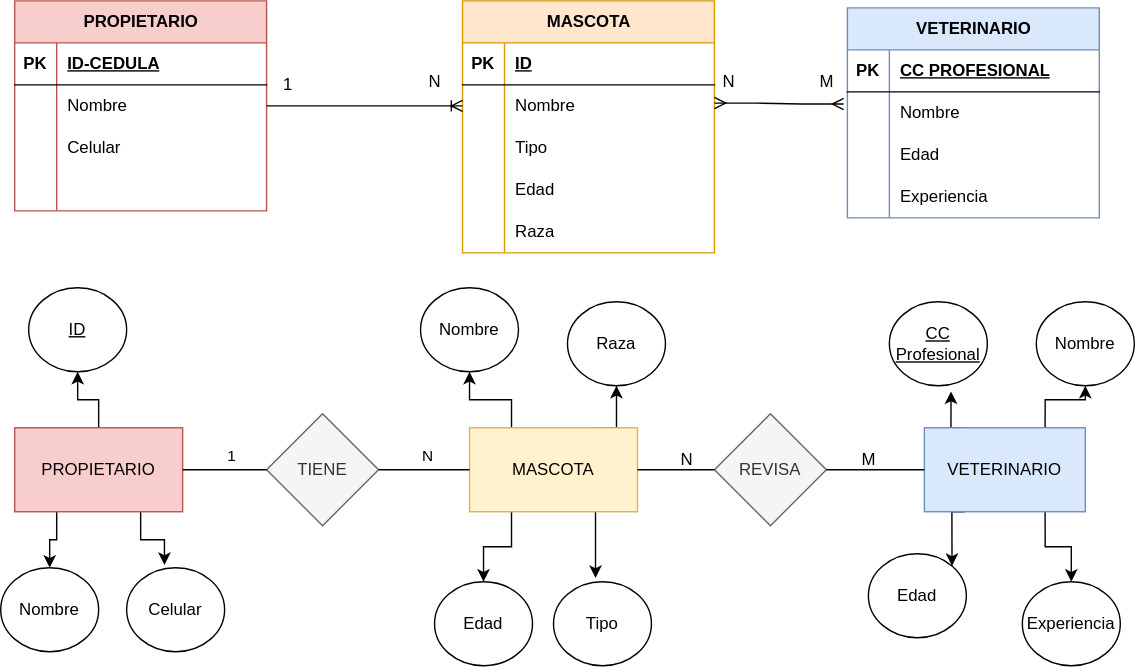
This is Diagrama E-R y Relacional.svg from OneFatte/Back-Intro-SQL, a draw.io export, as it was before one commit. Source tidied: cells renumbered, new cells last; positions are measured from the earlier drawing's top-left corner, leaving out a move shared by most shapes.
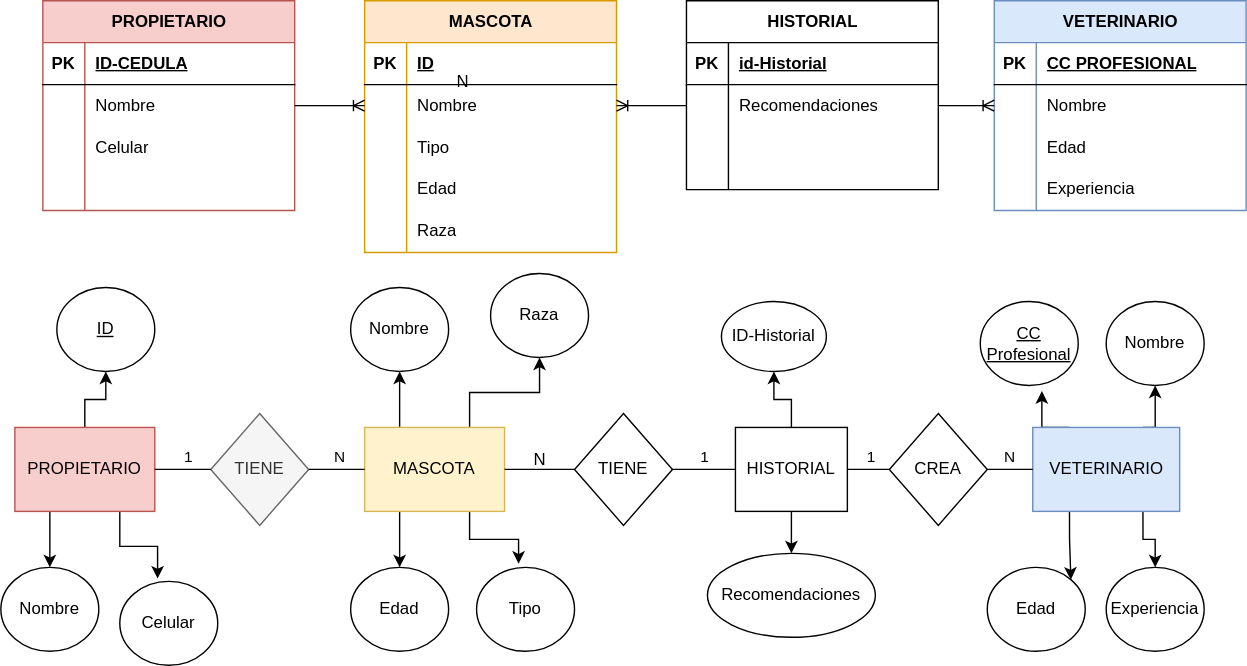
After the change.

Commit message:
Se sube correcion

What changed in the source:
```diff
@@ -15,11 +15,8 @@
       <mxGeometry relative="1" as="geometry" />
     </mxCell>
     <mxCell id="6" value="MASCOTA" style="rounded=0;whiteSpace=wrap;html=1;fillColor=#fff2cc;strokeColor=#d6b656;" parent="1" vertex="1">
-      <mxGeometry x="335" y="305" width="120" height="60" as="geometry" />
+      <mxGeometry x="240" y="305" width="100" height="60" as="geometry" />
     </mxCell>
-    <mxCell id="7" value="REVISA" style="rhombus;whiteSpace=wrap;html=1;fillColor=#f5f5f5;fontColor=#333333;strokeColor=#666666;" parent="1" vertex="1">
-      <mxGeometry x="510" y="295" width="80" height="80" as="geometry" />
-    </mxCell>
     <mxCell id="8" style="edgeStyle=orthogonalEdgeStyle;rounded=0;jettySize=auto;html=1;exitX=0.25;exitY=0;exitDx=0;exitDy=0;entryX=0.629;entryY=1.067;entryDx=0;entryDy=0;entryPerimeter=0;" parent="1" edge="1" source="12" target="36">
       <mxGeometry relative="1" as="geometry" />
     </mxCell>
@@ -33,7 +30,7 @@
       <mxGeometry relative="1" as="geometry" />
     </mxCell>
     <mxCell id="12" value="VETERINARIO" style="rounded=0;whiteSpace=wrap;html=1;fillColor=#dae8fc;strokeColor=#6c8ebf;" parent="1" vertex="1">
-      <mxGeometry x="660" y="305" width="115" height="60" as="geometry" />
+      <mxGeometry x="717.5" y="305" width="105" height="60" as="geometry" />
     </mxCell>
     <mxCell id="13" style="edgeStyle=orthogonalEdgeStyle;rounded=0;jettySize=auto;html=1;entryX=0.5;entryY=1;entryDx=0;entryDy=0;" parent="1" edge="1" source="16" target="26">
       <mxGeometry relative="1" as="geometry" />
@@ -45,10 +42,10 @@
       <mxGeometry relative="1" as="geometry" />
     </mxCell>
     <mxCell id="16" value="PROPIETARIO" style="rounded=0;whiteSpace=wrap;html=1;fillColor=#f8cecc;strokeColor=#b85450;" parent="1" vertex="1">
-      <mxGeometry x="10" y="305" width="120" height="60" as="geometry" />
+      <mxGeometry x="-10" y="305" width="100" height="60" as="geometry" />
     </mxCell>
     <mxCell id="17" value="TIENE" style="rhombus;whiteSpace=wrap;html=1;fillColor=#f5f5f5;fontColor=#333333;strokeColor=#666666;" parent="1" vertex="1">
-      <mxGeometry x="190" y="295" width="80" height="80" as="geometry" />
+      <mxGeometry x="130" y="295" width="70" height="80" as="geometry" />
     </mxCell>
     <mxCell id="18" style="endArrow=none;html=1;rounded=0;exitX=1;exitY=0.5;exitDx=0;exitDy=0;entryX=0;entryY=0.5;entryDx=0;entryDy=0;" parent="1" edge="1" source="16" target="17">
       <mxGeometry relative="1" as="geometry" />
@@ -58,12 +55,6 @@
         <mxPoint y="-14" as="offset" />
       </mxGeometry>
     </mxCell>
-    <mxCell id="20" style="endArrow=none;html=1;rounded=0;entryX=1;entryY=0.5;entryDx=0;entryDy=0;exitX=0;exitY=0.5;exitDx=0;exitDy=0;" parent="1" edge="1" source="12" target="7">
-      <mxGeometry relative="1" as="geometry" />
-    </mxCell>
-    <mxCell id="21" style="endArrow=none;html=1;rounded=0;entryX=1;entryY=0.5;entryDx=0;entryDy=0;exitX=0;exitY=0.5;exitDx=0;exitDy=0;" parent="1" edge="1" source="7" target="6">
-      <mxGeometry relative="1" as="geometry" />
-    </mxCell>
     <mxCell id="22" style="endArrow=none;html=1;rounded=0;exitX=1;exitY=0.5;exitDx=0;exitDy=0;entryX=0;entryY=0.5;entryDx=0;entryDy=0;" parent="1" edge="1" source="17" target="6">
       <mxGeometry relative="1" as="geometry" />
     </mxCell>
@@ -73,43 +64,40 @@
       </mxGeometry>
     </mxCell>
     <mxCell id="24" value="N" style="text;html=1;align=center;verticalAlign=middle;strokeColor=none;fillColor=none;" parent="1" vertex="1">
-      <mxGeometry x="475" y="313" width="30" height="30" as="geometry" />
+      <mxGeometry x="350" y="313" width="30" height="30" as="geometry" />
     </mxCell>
-    <mxCell id="25" value="M" style="text;html=1;align=center;verticalAlign=middle;strokeColor=none;fillColor=none;" parent="1" vertex="1">
-      <mxGeometry x="605" y="313" width="30" height="30" as="geometry" />
-    </mxCell>
     <mxCell id="26" value="&lt;u&gt;ID&lt;/u&gt;" style="ellipse;whiteSpace=wrap;html=1;" parent="1" vertex="1">
       <mxGeometry x="20" y="205" width="70" height="60" as="geometry" />
     </mxCell>
     <mxCell id="27" value="Celular" style="ellipse;whiteSpace=wrap;html=1;" parent="1" vertex="1">
-      <mxGeometry x="90" y="405" width="70" height="60" as="geometry" />
+      <mxGeometry x="65" y="415" width="70" height="60" as="geometry" />
     </mxCell>
     <mxCell id="28" value="Nombre" style="ellipse;whiteSpace=wrap;html=1;" parent="1" vertex="1">
-      <mxGeometry y="405" width="70" height="60" as="geometry" />
+      <mxGeometry x="-20" y="405" width="70" height="60" as="geometry" />
     </mxCell>
     <mxCell id="29" value="Nombre" style="ellipse;whiteSpace=wrap;html=1;" parent="1" vertex="1">
-      <mxGeometry x="300" y="205" width="70" height="60" as="geometry" />
+      <mxGeometry x="230" y="205" width="70" height="60" as="geometry" />
     </mxCell>
     <mxCell id="30" value="Tipo" style="ellipse;whiteSpace=wrap;html=1;" parent="1" vertex="1">
-      <mxGeometry x="395" y="415" width="70" height="60" as="geometry" />
+      <mxGeometry x="320" y="405" width="70" height="60" as="geometry" />
     </mxCell>
     <mxCell id="31" value="Raza" style="ellipse;whiteSpace=wrap;html=1;" parent="1" vertex="1">
-      <mxGeometry x="405" y="215" width="70" height="60" as="geometry" />
+      <mxGeometry x="330" y="195" width="70" height="60" as="geometry" />
     </mxCell>
     <mxCell id="32" value="Edad" style="ellipse;whiteSpace=wrap;html=1;" parent="1" vertex="1">
-      <mxGeometry x="310" y="415" width="70" height="60" as="geometry" />
+      <mxGeometry x="230" y="405" width="70" height="60" as="geometry" />
     </mxCell>
     <mxCell id="33" value="Experiencia" style="ellipse;whiteSpace=wrap;html=1;" parent="1" vertex="1">
-      <mxGeometry x="730" y="415" width="70" height="60" as="geometry" />
+      <mxGeometry x="770" y="405" width="70" height="60" as="geometry" />
     </mxCell>
     <mxCell id="34" value="Nombre" style="ellipse;whiteSpace=wrap;html=1;" parent="1" vertex="1">
-      <mxGeometry x="740" y="215" width="70" height="60" as="geometry" />
+      <mxGeometry x="770" y="215" width="70" height="60" as="geometry" />
     </mxCell>
     <mxCell id="35" value="Edad" style="ellipse;whiteSpace=wrap;html=1;" parent="1" vertex="1">
-      <mxGeometry x="620" y="395" width="70" height="60" as="geometry" />
+      <mxGeometry x="685" y="405" width="70" height="60" as="geometry" />
     </mxCell>
     <mxCell id="36" value="&lt;u&gt;CC Profesional&lt;/u&gt;" style="ellipse;whiteSpace=wrap;html=1;" parent="1" vertex="1">
-      <mxGeometry x="635" y="215" width="70" height="60" as="geometry" />
+      <mxGeometry x="680" y="215" width="70" height="60" as="geometry" />
     </mxCell>
     <mxCell id="37" value="PROPIETARIO" style="shape=table;startSize=30;rowLines=0;fontStyle=1;align=center;html=1;fillColor=#f8cecc;strokeColor=#b85450;" parent="1" vertex="1">
       <mxGeometry x="10" width="180" height="150" as="geometry" />
@@ -151,7 +139,7 @@
       <mxGeometry x="30" width="150" height="30" as="geometry" />
     </mxCell>
     <mxCell id="50" value="MASCOTA" style="shape=table;startSize=30;rowLines=0;fontStyle=1;align=center;html=1;fillColor=#ffe6cc;strokeColor=#d79b00;" parent="1" vertex="1">
-      <mxGeometry x="330" width="180" height="180" as="geometry" />
+      <mxGeometry x="240" width="180" height="180" as="geometry" />
     </mxCell>
     <mxCell id="51" style="shape=tableRow;horizontal=0;startSize=0;swimlaneHead=0;swimlaneBody=0;fillColor=none;top=0;left=0;right=0;bottom=1;" parent="50" vertex="1">
       <mxGeometry y="30" width="180" height="30" as="geometry" />
@@ -199,7 +187,7 @@
       <mxGeometry x="30" width="150" height="30" as="geometry" />
     </mxCell>
     <mxCell id="66" value="VETERINARIO" style="shape=table;startSize=30;rowLines=0;fontStyle=1;align=center;html=1;fillColor=#dae8fc;strokeColor=#6c8ebf;" parent="1" vertex="1">
-      <mxGeometry x="605" y="5" width="180" height="150" as="geometry" />
+      <mxGeometry x="690" width="180" height="150" as="geometry" />
     </mxCell>
     <mxCell id="67" style="shape=tableRow;horizontal=0;startSize=0;swimlaneHead=0;swimlaneBody=0;fillColor=none;top=0;left=0;right=0;bottom=1;" parent="66" vertex="1">
       <mxGeometry y="30" width="180" height="30" as="geometry" />
@@ -237,9 +225,6 @@
     <mxCell id="78" value="Experiencia" style="shape=partialRectangle;fillColor=none;top=0;left=0;bottom=0;right=0;align=left;spacingLeft=6;overflow=hidden;whiteSpace=wrap;html=1;" parent="76" vertex="1">
       <mxGeometry x="30" width="150" height="30" as="geometry" />
     </mxCell>
-    <mxCell id="79" value="1" style="text;html=1;align=center;verticalAlign=middle;strokeColor=none;fillColor=none;" parent="1" vertex="1">
-      <mxGeometry x="190" y="45" width="30" height="30" as="geometry" />
-    </mxCell>
     <mxCell id="80" value="N" style="text;html=1;align=center;verticalAlign=middle;strokeColor=none;fillColor=none;" parent="1" vertex="1">
       <mxGeometry x="295" y="43" width="30" height="30" as="geometry" />
     </mxCell>
@@ -253,16 +238,105 @@
         </Array>
       </mxGeometry>
     </mxCell>
-    <mxCell id="82" style="edgeStyle=entityRelationEdgeStyle;fontSize=12;html=1;endArrow=ERmany;startArrow=ERmany;rounded=0;entryX=-0.015;entryY=0.289;entryDx=0;entryDy=0;entryPerimeter=0;" parent="1" edge="1" target="70">
-      <mxGeometry relative="1" as="geometry">
-        <mxPoint x="510" y="73" as="sourcePoint" />
-      </mxGeometry>
-    </mxCell>
+    <mxCell id="85" value="TIENE" style="rhombus;whiteSpace=wrap;html=1;" parent="1" vertex="1">
+      <mxGeometry x="390" y="295" width="70" height="80" as="geometry" />
+    </mxCell>
+    <mxCell id="86" style="edgeStyle=orthogonalEdgeStyle;rounded=0;jettySize=auto;html=1;exitX=0.5;exitY=0;exitDx=0;exitDy=0;entryX=0.5;entryY=1;entryDx=0;entryDy=0;" parent="1" edge="1" source="88" target="96">
+      <mxGeometry relative="1" as="geometry" />
+    </mxCell>
+    <mxCell id="87" style="edgeStyle=orthogonalEdgeStyle;rounded=0;jettySize=auto;html=1;exitX=0.5;exitY=1;exitDx=0;exitDy=0;entryX=0.5;entryY=0;entryDx=0;entryDy=0;" parent="1" edge="1" source="88" target="97">
+      <mxGeometry relative="1" as="geometry" />
+    </mxCell>
+    <mxCell id="88" value="HISTORIAL" style="rounded=0;whiteSpace=wrap;html=1;" parent="1" vertex="1">
+      <mxGeometry x="505" y="305" width="80" height="60" as="geometry" />
+    </mxCell>
+    <mxCell id="89" style="endArrow=none;html=1;rounded=0;entryX=0;entryY=0.5;entryDx=0;entryDy=0;exitX=1;exitY=0.5;exitDx=0;exitDy=0;" parent="1" edge="1" source="6" target="85">
+      <mxGeometry relative="1" as="geometry" />
+    </mxCell>
+    <mxCell id="90" style="endArrow=none;html=1;rounded=0;entryX=0;entryY=0.5;entryDx=0;entryDy=0;exitX=1;exitY=0.5;exitDx=0;exitDy=0;" parent="1" edge="1" source="85" target="88">
+      <mxGeometry relative="1" as="geometry" />
+    </mxCell>
+    <mxCell id="91" value="1" style="edgeLabel;html=1;align=center;verticalAlign=middle;" parent="90" vertex="1">
+      <mxGeometry x="-0.04" y="-1" relative="1" as="geometry">
+        <mxPoint y="-11" as="offset" />
+      </mxGeometry>
+    </mxCell>
+    <mxCell id="92" value="CREA" style="rhombus;whiteSpace=wrap;html=1;" parent="1" vertex="1">
+      <mxGeometry x="615" y="295" width="70" height="80" as="geometry" />
+    </mxCell>
+    <mxCell id="93" style="endArrow=none;html=1;rounded=0;entryX=0;entryY=0.5;entryDx=0;entryDy=0;exitX=1;exitY=0.5;exitDx=0;exitDy=0;" parent="1" edge="1" source="88" target="92">
+      <mxGeometry relative="1" as="geometry" />
+    </mxCell>
+    <mxCell id="94" value="1" style="edgeLabel;html=1;align=center;verticalAlign=middle;" parent="93" vertex="1">
+      <mxGeometry x="0.05" y="-1" relative="1" as="geometry">
+        <mxPoint y="-11" as="offset" />
+      </mxGeometry>
+    </mxCell>
+    <mxCell id="95" style="endArrow=none;html=1;rounded=0;entryX=0;entryY=0.5;entryDx=0;entryDy=0;exitX=1;exitY=0.5;exitDx=0;exitDy=0;" parent="1" edge="1" source="92" target="12">
+      <mxGeometry relative="1" as="geometry" />
+    </mxCell>
-    <mxCell id="83" value="N" style="text;html=1;align=center;verticalAlign=middle;strokeColor=none;fillColor=none;" parent="1" vertex="1">
-      <mxGeometry x="505" y="43" width="30" height="30" as="geometry" />
+    <mxCell id="83" value="N" style="edgeLabel;html=1;align=center;verticalAlign=middle;" parent="95" vertex="1">
+      <mxGeometry x="0.34" y="3" relative="1" as="geometry">
+        <mxPoint x="-7" y="-7" as="offset" />
+      </mxGeometry>
     </mxCell>
-    <mxCell id="84" value="M" style="text;html=1;align=center;verticalAlign=middle;strokeColor=none;fillColor=none;" parent="1" vertex="1">
-      <mxGeometry x="575" y="43" width="30" height="30" as="geometry" />
-    </mxCell>
+    <mxCell id="96" value="ID-Historial" style="ellipse;whiteSpace=wrap;html=1;" parent="1" vertex="1">
+      <mxGeometry x="495" y="215" width="75" height="50" as="geometry" />
+    </mxCell>
+    <mxCell id="97" value="Recomendaciones" style="ellipse;whiteSpace=wrap;html=1;" parent="1" vertex="1">
+      <mxGeometry x="485" y="395" width="120" height="60" as="geometry" />
+    </mxCell>
+    <mxCell id="98" value="HISTORIAL" style="shape=table;startSize=30;rowLines=0;fontStyle=1;align=center;html=1;" parent="1" vertex="1">
+      <mxGeometry x="470" width="180" height="135" as="geometry" />
+    </mxCell>
+    <mxCell id="99" style="shape=tableRow;horizontal=0;startSize=0;swimlaneHead=0;swimlaneBody=0;fillColor=none;top=0;left=0;right=0;bottom=1;" parent="98" vertex="1">
+      <mxGeometry y="30" width="180" height="30" as="geometry" />
+    </mxCell>
+    <mxCell id="100" value="PK" style="shape=partialRectangle;fillColor=none;top=0;left=0;bottom=0;right=0;fontStyle=1;overflow=hidden;whiteSpace=wrap;html=1;" parent="99" vertex="1">
+      <mxGeometry width="30" height="30" as="geometry" />
+    </mxCell>
+    <mxCell id="101" value="id-Historial" style="shape=partialRectangle;fillColor=none;top=0;left=0;bottom=0;right=0;align=left;spacingLeft=6;fontStyle=5;overflow=hidden;whiteSpace=wrap;html=1;" parent="99" vertex="1">
+      <mxGeometry x="30" width="150" height="30" as="geometry" />
+    </mxCell>
+    <mxCell id="102" style="shape=tableRow;horizontal=0;startSize=0;swimlaneHead=0;swimlaneBody=0;fillColor=none;points=[[0,0.5],[1,0.5]];portConstraint=eastwest;top=0;left=0;right=0;bottom=0;" parent="98" vertex="1">
+      <mxGeometry y="60" width="180" height="30" as="geometry" />
+    </mxCell>
+    <mxCell id="103" style="shape=partialRectangle;fillColor=none;top=0;left=0;bottom=0;right=0;overflow=hidden;whiteSpace=wrap;html=1;" parent="102" vertex="1">
+      <mxGeometry width="30" height="30" as="geometry" />
+    </mxCell>
+    <mxCell id="104" value="Recomendaciones" style="shape=partialRectangle;fillColor=none;top=0;left=0;bottom=0;right=0;align=left;spacingLeft=6;overflow=hidden;whiteSpace=wrap;html=1;" parent="102" vertex="1">
+      <mxGeometry x="30" width="150" height="30" as="geometry" />
+    </mxCell>
+    <mxCell id="105" style="shape=tableRow;horizontal=0;startSize=0;swimlaneHead=0;swimlaneBody=0;fillColor=none;top=0;left=0;right=0;bottom=0;" parent="98" vertex="1">
+      <mxGeometry y="90" width="180" height="25" as="geometry" />
+    </mxCell>
+    <mxCell id="106" style="shape=partialRectangle;fillColor=none;top=0;left=0;bottom=0;right=0;overflow=hidden;whiteSpace=wrap;html=1;" parent="105" vertex="1">
+      <mxGeometry width="30" height="25" as="geometry" />
+    </mxCell>
+    <mxCell id="107" style="shape=partialRectangle;fillColor=none;top=0;left=0;bottom=0;right=0;align=left;spacingLeft=6;overflow=hidden;whiteSpace=wrap;html=1;" parent="105" vertex="1">
+      <mxGeometry x="30" width="150" height="25" as="geometry" />
+    </mxCell>
+    <mxCell id="108" style="shape=tableRow;horizontal=0;startSize=0;swimlaneHead=0;swimlaneBody=0;fillColor=none;top=0;left=0;right=0;bottom=0;" parent="98" vertex="1">
+      <mxGeometry y="115" width="180" height="20" as="geometry" />
+    </mxCell>
+    <mxCell id="109" style="shape=partialRectangle;fillColor=none;top=0;left=0;bottom=0;right=0;overflow=hidden;whiteSpace=wrap;html=1;" parent="108" vertex="1">
+      <mxGeometry width="30" height="20" as="geometry" />
+    </mxCell>
+    <mxCell id="110" style="shape=partialRectangle;fillColor=none;top=0;left=0;bottom=0;right=0;align=left;spacingLeft=6;overflow=hidden;whiteSpace=wrap;html=1;" parent="108" vertex="1">
+      <mxGeometry x="30" width="150" height="20" as="geometry" />
+    </mxCell>
+    <mxCell id="111" style="edgeStyle=entityRelationEdgeStyle;fontSize=12;html=1;endArrow=ERoneToMany;rounded=0;entryX=1;entryY=0.5;entryDx=0;entryDy=0;exitX=0;exitY=0.5;exitDx=0;exitDy=0;" parent="1" edge="1" source="102" target="54">
+      <mxGeometry relative="1" as="geometry" />
+    </mxCell>
+    <mxCell id="112" style="edgeStyle=entityRelationEdgeStyle;fontSize=12;html=1;endArrow=ERoneToMany;rounded=0;exitX=1;exitY=0.5;exitDx=0;exitDy=0;entryX=0;entryY=0.5;entryDx=0;entryDy=0;" parent="1" edge="1" source="102" target="70">
+      <mxGeometry relative="1" as="geometry">
+        <Array as="points">
+          <mxPoint x="695" y="185" />
+          <mxPoint x="695" y="245" />
+          <mxPoint x="755" y="175" />
+          <mxPoint x="655" y="185" />
+        </Array>
+      </mxGeometry>
+    </mxCell>
   </root>
 </mxGraphModel>
```
